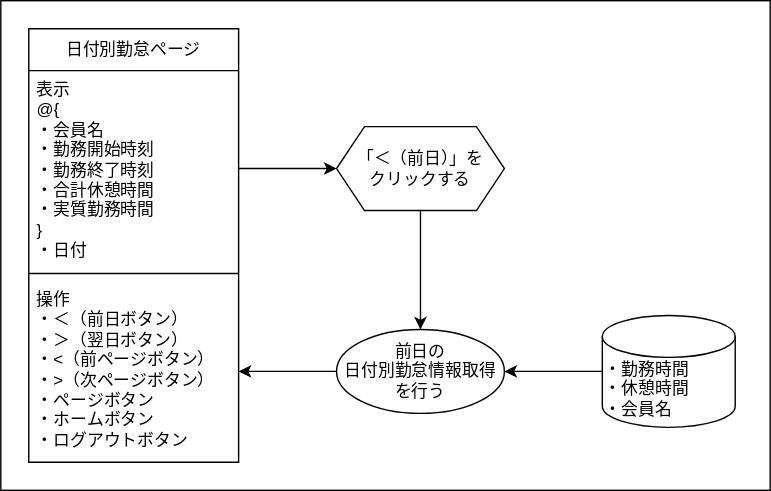
Before: doc/画面遷移図/日付別勤怠ページ/前日.drawio.svg, a diagram exported from draw.io (ryamao/atte). Source tidied: cells renumbered, new cells last; positions are measured from the earlier drawing's top-left corner, leaving out a move shared by most shapes. The source it was exported from:
```xml
<mxGraphModel>
  <root>
    <mxCell id="0" />
    <mxCell id="1" parent="0" />
    <mxCell id="2" style="rounded=0;whiteSpace=wrap;html=1;" parent="1" vertex="1">
      <mxGeometry width="550" height="350" as="geometry" />
    </mxCell>
    <mxCell id="3" value="日付別勤怠ページ" style="swimlane;fontStyle=0;horizontal=1;startSize=30;whiteSpace=wrap;html=1;" parent="1" vertex="1">
      <mxGeometry x="20" y="20" width="150" height="310" as="geometry" />
    </mxCell>
    <mxCell id="4" value="表示&lt;br&gt;@{&lt;br&gt;　・会員名&lt;br&gt;　・勤務開始時刻&lt;br&gt;　・勤務終了時刻&lt;br&gt;　・合計休憩時間&lt;br&gt;　・実質勤務時間&lt;br&gt;}&lt;br&gt;・日付" style="text;strokeColor=none;fillColor=none;align=left;verticalAlign=top;spacingLeft=4;spacingRight=4;overflow=hidden;points=[[0,0.5],[1,0.5]];portConstraint=eastwest;whiteSpace=wrap;html=1;" parent="3" vertex="1">
      <mxGeometry y="30" width="150" height="140" as="geometry" />
    </mxCell>
    <mxCell id="5" style="line;strokeWidth=1;html=1;" parent="3" vertex="1">
      <mxGeometry y="170" width="150" height="10" as="geometry" />
    </mxCell>
    <mxCell id="6" value="操作&lt;br&gt;・＜（前日ボタン）&lt;br&gt;・＞（翌日ボタン）&lt;br&gt;・&amp;lt;（前ページボタン）&lt;br&gt;・&amp;gt;（次ページボタン）&lt;br&gt;・ページボタン&lt;br&gt;・ホームボタン&lt;br&gt;・ログアウトボタン" style="text;strokeColor=none;fillColor=none;align=left;verticalAlign=top;spacingLeft=4;spacingRight=4;overflow=hidden;points=[[0,0.5],[1,0.5]];portConstraint=eastwest;whiteSpace=wrap;html=1;strokeWidth=1;" parent="3" vertex="1">
      <mxGeometry y="180" width="150" height="130" as="geometry" />
    </mxCell>
    <mxCell id="7" style="edgeStyle=none;html=1;exitX=0.5;exitY=1;exitDx=0;exitDy=0;entryX=0.5;entryY=0;entryDx=0;entryDy=0;" parent="1" edge="1" source="8" target="10">
      <mxGeometry relative="1" as="geometry" />
    </mxCell>
    <mxCell id="8" value="「＜（前日）」を&lt;br&gt;クリックする" style="shape=hexagon;perimeter=hexagonPerimeter2;whiteSpace=wrap;html=1;fixedSize=1;strokeWidth=1;" parent="1" vertex="1">
      <mxGeometry x="240" y="90" width="120" height="60" as="geometry" />
    </mxCell>
    <mxCell id="9" style="edgeStyle=none;html=1;exitX=0;exitY=0.5;exitDx=0;exitDy=0;entryX=1;entryY=0.5;entryDx=0;entryDy=0;" parent="1" edge="1" source="10" target="6">
      <mxGeometry relative="1" as="geometry" />
    </mxCell>
    <mxCell id="10" value="前日の&lt;br&gt;日付別勤怠情報取得&lt;br&gt;を行う" style="ellipse;whiteSpace=wrap;html=1;strokeWidth=1;" parent="1" vertex="1">
      <mxGeometry x="240" y="235" width="120" height="60" as="geometry" />
    </mxCell>
    <mxCell id="11" style="edgeStyle=none;html=1;exitX=1;exitY=0.5;exitDx=0;exitDy=0;entryX=0;entryY=0.5;entryDx=0;entryDy=0;" parent="1" edge="1" source="4" target="8">
      <mxGeometry relative="1" as="geometry" />
    </mxCell>
    <mxCell id="12" style="edgeStyle=none;html=1;exitX=0;exitY=0.5;exitDx=0;exitDy=0;exitPerimeter=0;entryX=1;entryY=0.5;entryDx=0;entryDy=0;" parent="1" edge="1" source="13" target="10">
      <mxGeometry relative="1" as="geometry" />
    </mxCell>
    <mxCell id="13" value="　・勤務時間&lt;br&gt;　・休憩時間&lt;br&gt;　・会員名" style="shape=cylinder3;html=1;boundedLbl=1;backgroundOutline=1;size=15;align=left;" parent="1" vertex="1">
      <mxGeometry x="430" y="225" width="95" height="80" as="geometry" />
    </mxCell>
  </root>
</mxGraphModel>
```
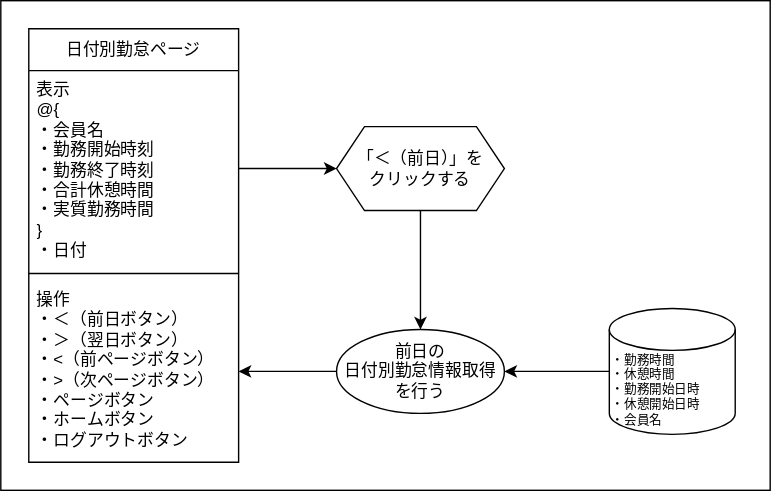
The same diagram one commit later.

The edit, as a diff of the source:
```diff
@@ -32,11 +32,11 @@
     <mxCell id="11" style="edgeStyle=none;html=1;exitX=1;exitY=0.5;exitDx=0;exitDy=0;entryX=0;entryY=0.5;entryDx=0;entryDy=0;" parent="1" edge="1" source="4" target="8">
       <mxGeometry relative="1" as="geometry" />
     </mxCell>
-    <mxCell id="12" style="edgeStyle=none;html=1;exitX=0;exitY=0.5;exitDx=0;exitDy=0;exitPerimeter=0;entryX=1;entryY=0.5;entryDx=0;entryDy=0;" parent="1" edge="1" source="13" target="10">
+    <mxCell id="12" style="edgeStyle=none;html=1;exitX=0;exitY=0.5;exitDx=0;exitDy=0;exitPerimeter=0;entryX=1;entryY=0.5;entryDx=0;entryDy=0;" parent="1" edge="1" source="14" target="10">
       <mxGeometry relative="1" as="geometry" />
     </mxCell>
-    <mxCell id="13" value="　・勤務時間&lt;br&gt;　・休憩時間&lt;br&gt;　・会員名" style="shape=cylinder3;html=1;boundedLbl=1;backgroundOutline=1;size=15;align=left;" parent="1" vertex="1">
-      <mxGeometry x="430" y="225" width="95" height="80" as="geometry" />
-    </mxCell>
+    <mxCell id="14" value="・勤務時間&lt;br style=&quot;font-size: 9px;&quot;&gt;・休憩時間&lt;br style=&quot;font-size: 9px;&quot;&gt;・勤務開始日時&lt;br style=&quot;font-size: 9px;&quot;&gt;・休憩開始日時&lt;br style=&quot;font-size: 9px;&quot;&gt;・会員名" style="shape=cylinder3;html=1;boundedLbl=1;backgroundOutline=1;size=15;align=left;fontSize=9;" parent="1" vertex="1">
+      <mxGeometry x="435" y="220" width="90" height="90" as="geometry" />
+    </mxCell>
   </root>
 </mxGraphModel>
```
